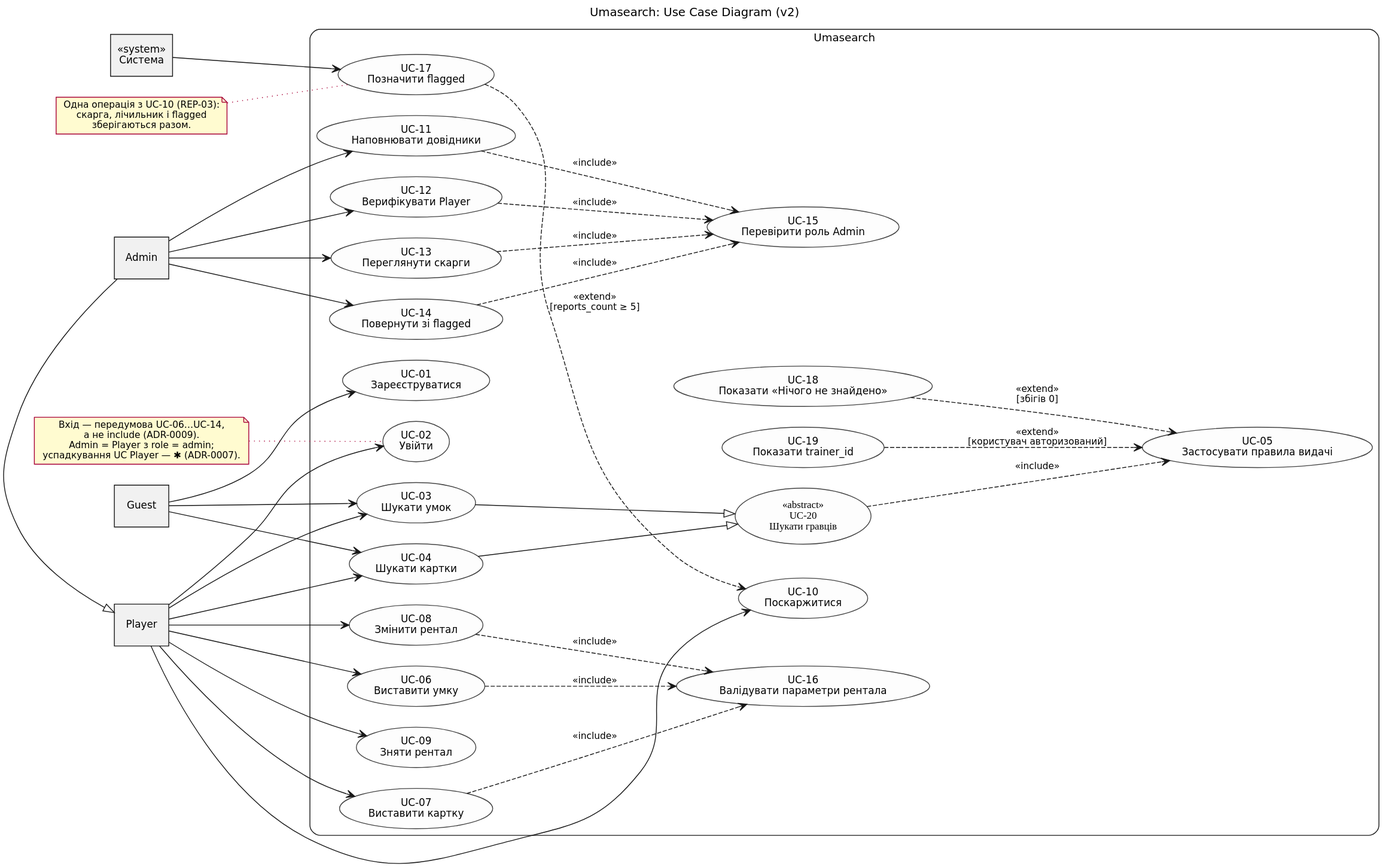
Earlier version of the PlantUML export lab2/diagrams/use-case-diagram.svg (Honike-1/KPI2). Its source is kept beside it as lab2/diagrams/use-case-diagram.puml. Its diagram source:
```plantuml
@startuml
title Umasearch: Use Case Diagram (v2)
left to right direction
skinparam linetype polyline
skinparam nodesep 25
skinparam ranksep 70
skinparam packageStyle rectangle
skinparam shadowing false
skinparam usecase {
  BackgroundColor #FDFDFD
  BorderColor #444444
}

actor "Guest" as Guest
actor "Player" as Player
actor "Admin" as Admin
actor "Система" as Sys <<system>>

rectangle "Umasearch" {

  usecase "UC-01\nЗареєструватися" as UC01
  usecase "UC-02\nУвійти" as UC02

  usecase "UC-20\nШукати гравців" as UC20 <<abstract>>
  usecase "UC-03\nШукати умок" as UC03
  usecase "UC-04\nШукати картки" as UC04
  usecase "UC-05\nЗастосувати правила видачі" as UC05
  usecase "UC-18\nПоказати «Нічого не знайдено»" as UC18
  usecase "UC-19\nПоказати trainer_id" as UC19

  usecase "UC-06\nВиставити умку" as UC06
  usecase "UC-07\nВиставити картку" as UC07
  usecase "UC-08\nЗмінити рентал" as UC08
  usecase "UC-09\nЗняти рентал" as UC09
  usecase "UC-16\nВалідувати параметри рентала" as UC16

  usecase "UC-10\nПоскаржитися" as UC10
  usecase "UC-17\nПозначити flagged" as UC17

  usecase "UC-11\nНаповнювати довідники" as UC11
  usecase "UC-12\nВерифікувати Player" as UC12
  usecase "UC-13\nПереглянути скарги" as UC13
  usecase "UC-14\nПовернути зі flagged" as UC14
  usecase "UC-15\nПеревірити роль Admin" as UC15
}

Guest --> UC01
Guest --> UC03
Guest --> UC04

Player --> UC02
Player --> UC03
Player --> UC04
Player --> UC06
Player --> UC07
Player --> UC08
Player --> UC09
Player --> UC10

Admin --> UC11
Admin --> UC12
Admin --> UC13
Admin --> UC14

Sys --> UC17

Admin --|> Player
UC03 --|> UC20
UC04 --|> UC20

UC20 ..> UC05 : <<include>>

UC06 ..> UC16 : <<include>>
UC07 ..> UC16 : <<include>>
UC08 ..> UC16 : <<include>>

UC11 ..> UC15 : <<include>>
UC12 ..> UC15 : <<include>>
UC13 ..> UC15 : <<include>>
UC14 ..> UC15 : <<include>>

UC18 ..> UC05 : <<extend>>\n[збігів 0]
UC19 ..> UC05 : <<extend>>\n[користувач авторизований]
UC17 ..> UC10 : <<extend>>\n[reports_count ≥ 5]

note right of UC17
  Одна операція з UC-10 (REP-03):
  скарга, лічильник і flagged
  зберігаються разом.
end note

note bottom of UC02
  Вхід — передумова UC-06…UC-14,
  а не include (ADR-0009).
  Admin = Player з role = admin;
  успадкування UC Player — ✱ (ADR-0007).
end note

@enduml
```
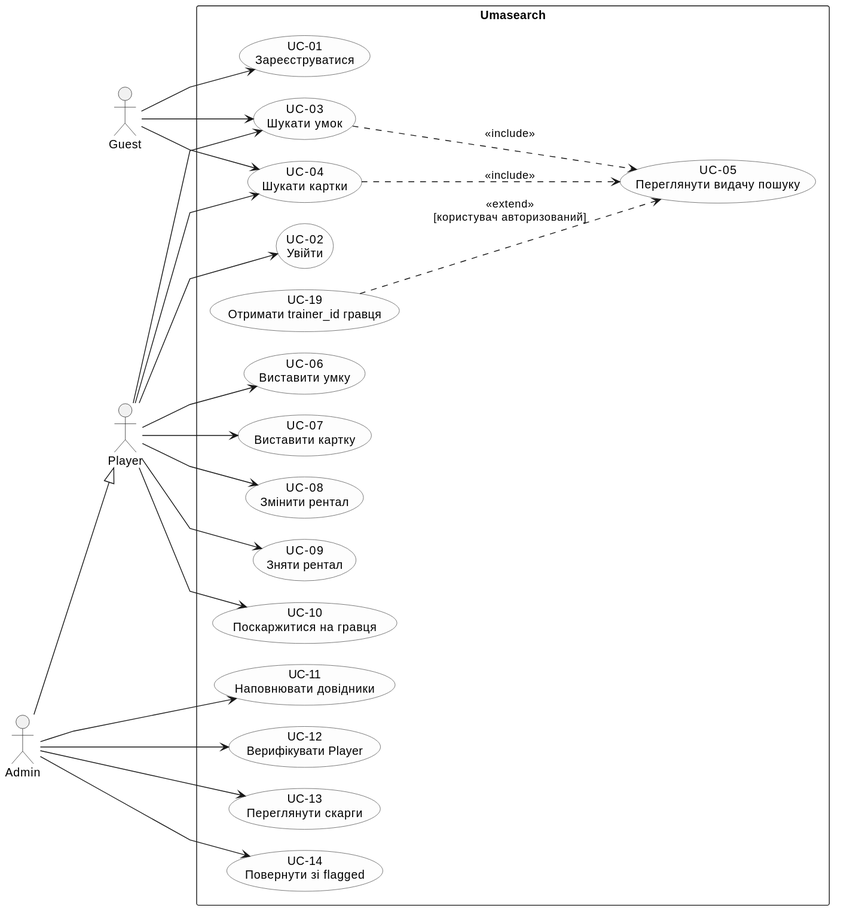
After the change.

Commit message:
docs: rework use-case-diagram

Change to the diagram source:
```diff
@@ -1,9 +1,8 @@
 @startuml
-title Umasearch: Use Case Diagram (v2)
 left to right direction
 skinparam linetype polyline
 skinparam nodesep 25
-skinparam ranksep 70
+skinparam ranksep 80
 skinparam packageStyle rectangle
 skinparam shadowing false
 skinparam usecase {
@@ -14,34 +13,28 @@
 actor "Guest" as Guest
 actor "Player" as Player
 actor "Admin" as Admin
-actor "Система" as Sys <<system>>
 
 rectangle "Umasearch" {
 
   usecase "UC-01\nЗареєструватися" as UC01
   usecase "UC-02\nУвійти" as UC02
 
-  usecase "UC-20\nШукати гравців" as UC20 <<abstract>>
   usecase "UC-03\nШукати умок" as UC03
   usecase "UC-04\nШукати картки" as UC04
-  usecase "UC-05\nЗастосувати правила видачі" as UC05
-  usecase "UC-18\nПоказати «Нічого не знайдено»" as UC18
-  usecase "UC-19\nПоказати trainer_id" as UC19
+  usecase "UC-05\nПереглянути видачу пошуку" as UC05
+  usecase "UC-19\nОтримати trainer_id гравця" as UC19
 
   usecase "UC-06\nВиставити умку" as UC06
   usecase "UC-07\nВиставити картку" as UC07
   usecase "UC-08\nЗмінити рентал" as UC08
   usecase "UC-09\nЗняти рентал" as UC09
-  usecase "UC-16\nВалідувати параметри рентала" as UC16
 
-  usecase "UC-10\nПоскаржитися" as UC10
-  usecase "UC-17\nПозначити flagged" as UC17
+  usecase "UC-10\nПоскаржитися на гравця" as UC10
 
   usecase "UC-11\nНаповнювати довідники" as UC11
   usecase "UC-12\nВерифікувати Player" as UC12
   usecase "UC-13\nПереглянути скарги" as UC13
   usecase "UC-14\nПовернути зі flagged" as UC14
-  usecase "UC-15\nПеревірити роль Admin" as UC15
 }
 
 Guest --> UC01
@@ -62,38 +55,11 @@
 Admin --> UC13
 Admin --> UC14
 
-Sys --> UC17
+Admin --|> Player
 
-Admin --|> Player
-UC03 --|> UC20
-UC04 --|> UC20
+UC03 ..> UC05 : <<include>>
+UC04 ..> UC05 : <<include>>
 
-UC20 ..> UC05 : <<include>>
-
-UC06 ..> UC16 : <<include>>
-UC07 ..> UC16 : <<include>>
-UC08 ..> UC16 : <<include>>
-
-UC11 ..> UC15 : <<include>>
-UC12 ..> UC15 : <<include>>
-UC13 ..> UC15 : <<include>>
-UC14 ..> UC15 : <<include>>
-
-UC18 ..> UC05 : <<extend>>\n[збігів 0]
 UC19 ..> UC05 : <<extend>>\n[користувач авторизований]
-UC17 ..> UC10 : <<extend>>\n[reports_count ≥ 5]
-
-note right of UC17
-  Одна операція з UC-10 (REP-03):
-  скарга, лічильник і flagged
-  зберігаються разом.
-end note
-
-note bottom of UC02
-  Вхід — передумова UC-06…UC-14,
-  а не include (ADR-0009).
-  Admin = Player з role = admin;
-  успадкування UC Player — ✱ (ADR-0007).
-end note
 
 @enduml
```
